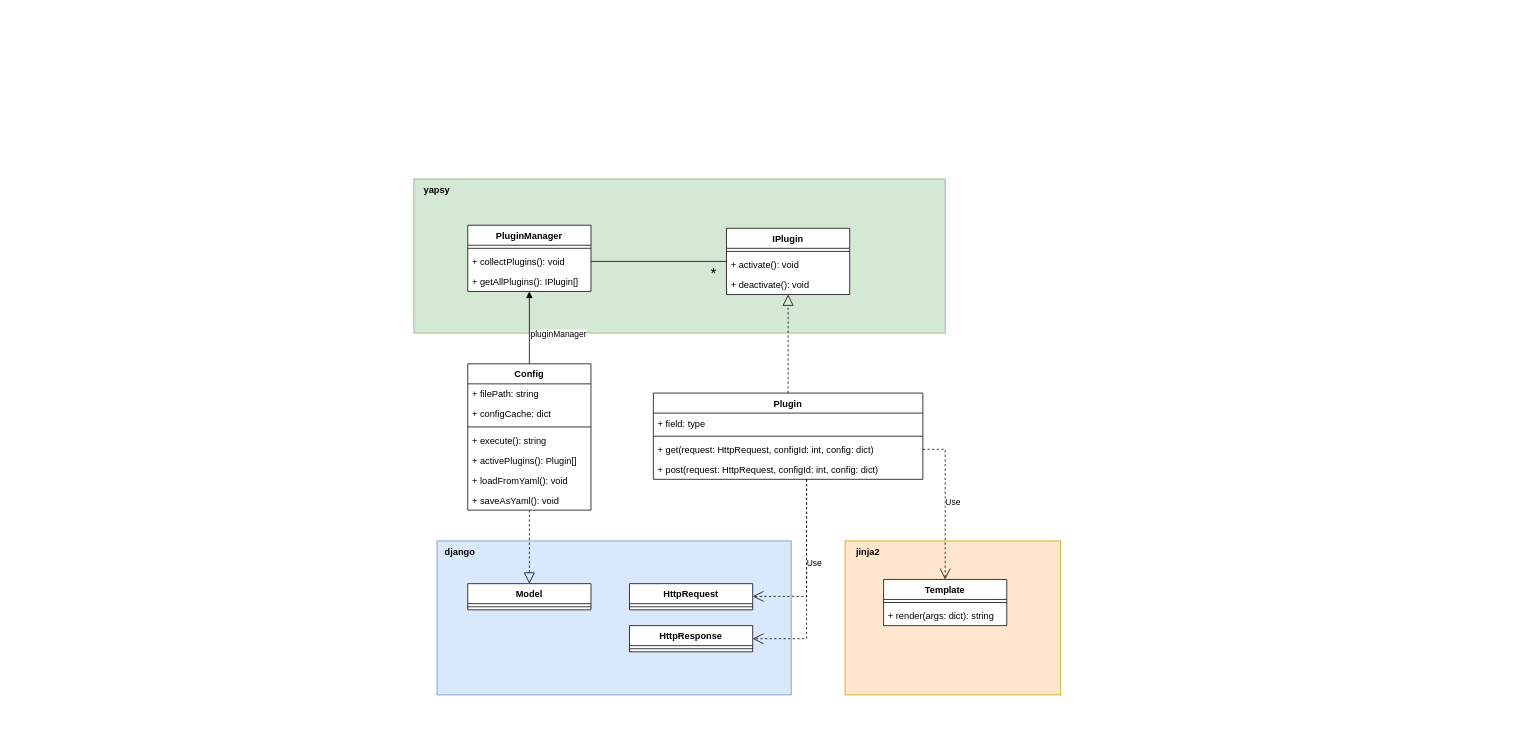
Earlier version of the draw.io diagram page "Core Class diagram" (2 of 2) of DrawIO/Untitled Diagram.drawio (wouterdebruijn/general). Source tidied: cells renumbered, new cells numbered last; positions are measured from the earlier drawing's top-left corner, leaving out a move shared by most shapes. Both pictures are drawn from the tidied source at 77%, with x=0, y=0 at pixel (413, 179).
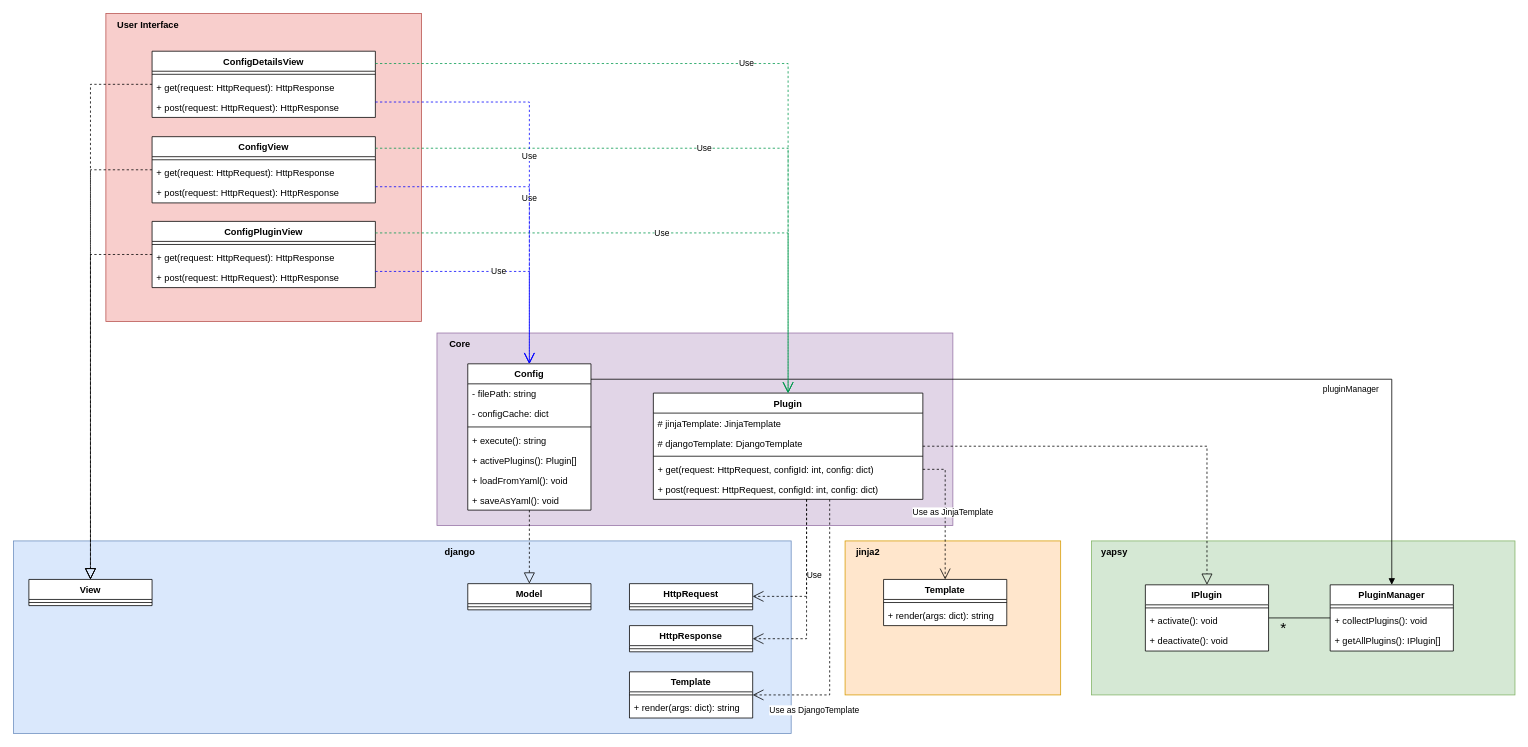
After the change.

Commit message (it also covers changes not shown here):
:sparkles: Added User Interfaces Views

Unchanged cells that the change refers to:
```xml
<mxCell id="9" value="Config" style="swimlane;fontStyle=1;align=center;verticalAlign=top;horizontal=1;startSize=26;swimlaneFillColor=default;" parent="1" vertex="1">
  <mxGeometry x="70" y="240" width="160" height="190" as="geometry" />
</mxCell>
<mxCell id="19" value="+ collectPlugins(): void" style="text;align=left;verticalAlign=top;spacingLeft=4;spacingRight=4;overflow=hidden;points=[[0,0.5],[1,0.5]];portConstraint=eastwest;" parent="17" vertex="1">
  <mxGeometry y="34" width="160" height="26" as="geometry" />
</mxCell>
<mxCell id="31" value="Template" style="swimlane;fontStyle=1;align=center;verticalAlign=top;horizontal=1;startSize=26;swimlaneFillColor=default;" parent="1" vertex="1">
  <mxGeometry x="610" y="520" width="160" height="60" as="geometry" />
</mxCell>
```

The edit, as a diff of the source:
```diff
@@
+    <mxCell id="46" style="rounded=0;whiteSpace=wrap;html=1;fillColor=#e1d5e7;strokeColor=#9673a6;" parent="1" vertex="1">
+      <mxGeometry x="30" y="200" width="670" height="250" as="geometry" />
+    </mxCell>
     <mxCell id="2" style="rounded=0;whiteSpace=wrap;html=1;fillColor=#d5e8d4;strokeColor=#82b366;" parent="1" vertex="1">
-      <mxGeometry width="690" height="200" as="geometry" />
+      <mxGeometry x="880" y="470" width="550" height="200" as="geometry" />
     </mxCell>
     <mxCell id="3" value="yapsy" style="text;html=1;strokeColor=none;fillColor=none;align=center;verticalAlign=middle;whiteSpace=wrap;rounded=0;fillStyle=auto;fontStyle=1;" parent="1" vertex="1">
-      <mxGeometry width="60" height="30" as="geometry" />
+      <mxGeometry x="880" y="470" width="60" height="30" as="geometry" />
     </mxCell>
     <mxCell id="4" value="Plugin" style="swimlane;fontStyle=1;align=center;verticalAlign=top;horizontal=1;startSize=26;swimlaneFillColor=default;" parent="1" vertex="1">
-      <mxGeometry x="311" y="278" width="350" height="112" as="geometry" />
+      <mxGeometry x="311" y="278" width="350" height="138" as="geometry" />
     </mxCell>
-    <mxCell id="5" value="+ field: type" style="text;strokeColor=none;fillColor=none;align=left;verticalAlign=top;spacingLeft=4;spacingRight=4;overflow=hidden;" parent="4" vertex="1">
+    <mxCell id="5" value="# jinjaTemplate: JinjaTemplate" style="text;strokeColor=none;fillColor=none;align=left;verticalAlign=top;spacingLeft=4;spacingRight=4;overflow=hidden;" parent="4" vertex="1">
       <mxGeometry y="26" width="350" height="26" as="geometry" />
     </mxCell>
+    <mxCell id="47" value="# djangoTemplate: DjangoTemplate" style="text;strokeColor=none;fillColor=none;align=left;verticalAlign=top;spacingLeft=4;spacingRight=4;overflow=hidden;" parent="4" vertex="1">
+      <mxGeometry y="52" width="350" height="26" as="geometry" />
+    </mxCell>
     <mxCell id="6" style="line;strokeWidth=1;fillColor=none;align=left;verticalAlign=middle;spacingTop=-1;spacingLeft=3;spacingRight=3;labelPosition=right;strokeColor=inherit;" parent="4" vertex="1">
-      <mxGeometry y="52" width="350" height="8" as="geometry" />
+      <mxGeometry y="78" width="350" height="8" as="geometry" />
     </mxCell>
     <mxCell id="7" value="+ get(request: HttpRequest, configId: int, config: dict)" style="text;strokeColor=none;fillColor=none;align=left;verticalAlign=top;spacingLeft=4;spacingRight=4;overflow=hidden;points=[[0,0.5],[1,0.5]];portConstraint=eastwest;" parent="4" vertex="1">
-      <mxGeometry y="60" width="350" height="26" as="geometry" />
+      <mxGeometry y="86" width="350" height="26" as="geometry" />
     </mxCell>
     <mxCell id="8" value="+ post(request: HttpRequest, configId: int, config: dict)" style="text;strokeColor=none;fillColor=none;align=left;verticalAlign=top;spacingLeft=4;spacingRight=4;overflow=hidden;" parent="4" vertex="1">
-      <mxGeometry y="86" width="350" height="26" as="geometry" />
+      <mxGeometry y="112" width="350" height="26" as="geometry" />
     </mxCell>
@@
-    <mxCell id="10" value="+ filePath: string" style="text;strokeColor=none;fillColor=none;align=left;verticalAlign=top;spacingLeft=4;spacingRight=4;overflow=hidden;" parent="9" vertex="1">
+    <mxCell id="10" value="- filePath: string" style="text;strokeColor=none;fillColor=none;align=left;verticalAlign=top;spacingLeft=4;spacingRight=4;overflow=hidden;" parent="9" vertex="1">
       <mxGeometry y="26" width="160" height="26" as="geometry" />
     </mxCell>
-    <mxCell id="11" value="+ configCache: dict" style="text;strokeColor=none;fillColor=none;align=left;verticalAlign=top;spacingLeft=4;spacingRight=4;overflow=hidden;" parent="9" vertex="1">
+    <mxCell id="11" value="- configCache: dict" style="text;strokeColor=none;fillColor=none;align=left;verticalAlign=top;spacingLeft=4;spacingRight=4;overflow=hidden;" parent="9" vertex="1">
       <mxGeometry y="52" width="160" height="26" as="geometry" />
     </mxCell>
@@
     <mxCell id="17" value="PluginManager" style="swimlane;fontStyle=1;align=center;verticalAlign=top;horizontal=1;startSize=26;fillColor=default;fillStyle=auto;gradientColor=none;swimlaneFillColor=default;" parent="1" vertex="1">
-      <mxGeometry x="70" y="60" width="160" height="86" as="geometry" />
+      <mxGeometry x="1190" y="527" width="160" height="86" as="geometry" />
     </mxCell>
@@
-    <mxCell id="21" style="endArrow=block;dashed=1;endFill=0;endSize=12;html=1;rounded=0;" parent="1" edge="1" source="4" target="25">
+    <mxCell id="21" style="endArrow=block;dashed=1;endFill=0;endSize=12;html=1;rounded=0;edgeStyle=orthogonalEdgeStyle;" parent="1" edge="1" source="4" target="25">
       <mxGeometry relative="1" as="geometry" />
     </mxCell>
     <mxCell id="22" value="pluginManager" style="endArrow=block;endFill=1;html=1;edgeStyle=orthogonalEdgeStyle;align=left;verticalAlign=top;rounded=0;" parent="1" edge="1" source="9" target="17">
-      <mxGeometry x="0.08" relative="1" as="geometry" />
+      <mxGeometry x="0.45" relative="1" as="geometry">
+        <Array as="points">
+          <mxPoint x="1270" y="260" />
+        </Array>
+        <mxPoint x="1" as="offset" />
+      </mxGeometry>
     </mxCell>
-    <mxCell id="23" style="edgeStyle=orthogonalEdgeStyle;rounded=0;jettySize=auto;html=1;exitX=1;exitY=0.5;exitDx=0;exitDy=0;strokeColor=default;endArrow=none;endFill=0;" parent="1" edge="1" source="19" target="25">
+    <mxCell id="23" style="edgeStyle=orthogonalEdgeStyle;rounded=0;jettySize=auto;html=1;strokeColor=default;endArrow=none;endFill=0;" parent="1" edge="1" source="17" target="25">
       <mxGeometry relative="1" as="geometry" />
     </mxCell>
@@
     <mxCell id="25" value="IPlugin" style="swimlane;fontStyle=1;align=center;verticalAlign=top;horizontal=1;startSize=26;swimlaneFillColor=default;" parent="1" vertex="1">
-      <mxGeometry x="406" y="64" width="160" height="86" as="geometry" />
+      <mxGeometry x="950" y="527" width="160" height="86" as="geometry" />
     </mxCell>
@@
     <mxCell id="34" style="rounded=0;whiteSpace=wrap;html=1;fillColor=#dae8fc;strokeColor=#6c8ebf;" parent="1" vertex="1">
-      <mxGeometry x="30" y="470" width="460" height="200" as="geometry" />
+      <mxGeometry x="-520" y="470" width="1010" height="250" as="geometry" />
     </mxCell>
@@
-    <mxCell id="38" value="Use" style="endArrow=open;endSize=12;dashed=1;html=1;rounded=0;strokeColor=default;exitX=1;exitY=0.5;exitDx=0;exitDy=0;edgeStyle=orthogonalEdgeStyle;" parent="1" edge="1" source="7" target="31">
+    <mxCell id="38" value="Use as JinjaTemplate" style="endArrow=open;endSize=12;dashed=1;html=1;rounded=0;strokeColor=default;exitX=1;exitY=0.5;exitDx=0;exitDy=0;edgeStyle=orthogonalEdgeStyle;" parent="1" edge="1" source="7" target="31">
       <mxGeometry x="-0.01" y="10" relative="1" as="geometry" />
     </mxCell>
@@
+    <mxCell id="48" value="Template" style="swimlane;fontStyle=1;align=center;verticalAlign=top;horizontal=1;startSize=26;swimlaneFillColor=default;" parent="1" vertex="1">
+      <mxGeometry x="280" y="640" width="160" height="60" as="geometry" />
+    </mxCell>
+    <mxCell id="49" style="line;strokeWidth=1;fillColor=none;align=left;verticalAlign=middle;spacingTop=-1;spacingLeft=3;spacingRight=3;labelPosition=right;strokeColor=inherit;" parent="48" vertex="1">
+      <mxGeometry y="26" width="160" height="8" as="geometry" />
+    </mxCell>
+    <mxCell id="50" value="+ render(args: dict): string" style="text;strokeColor=none;fillColor=none;align=left;verticalAlign=top;spacingLeft=4;spacingRight=4;overflow=hidden;" parent="48" vertex="1">
+      <mxGeometry y="34" width="160" height="26" as="geometry" />
+    </mxCell>
+    <mxCell id="51" value="Use as DjangoTemplate" style="endArrow=open;endSize=12;dashed=1;html=1;rounded=0;strokeColor=default;edgeStyle=orthogonalEdgeStyle;" parent="1" edge="1" source="4" target="48">
+      <mxGeometry x="0.55" y="20" relative="1" as="geometry">
+        <Array as="points">
+          <mxPoint x="540" y="670" />
+        </Array>
+      </mxGeometry>
+    </mxCell>
+    <mxCell id="52" value="Core" style="text;html=1;strokeColor=none;fillColor=none;align=center;verticalAlign=middle;whiteSpace=wrap;rounded=0;fillStyle=auto;fontStyle=1;" parent="1" vertex="1">
+      <mxGeometry x="30" y="200" width="60" height="30" as="geometry" />
+    </mxCell>
+    <mxCell id="53" style="rounded=0;whiteSpace=wrap;html=1;fillColor=#f8cecc;strokeColor=#b85450;" parent="1" vertex="1">
+      <mxGeometry x="-400" y="-215" width="410" height="400" as="geometry" />
+    </mxCell>
+    <mxCell id="54" value="User Interface" style="text;html=1;strokeColor=none;fillColor=none;align=center;verticalAlign=middle;whiteSpace=wrap;rounded=0;fillStyle=auto;fontStyle=1;" parent="1" vertex="1">
+      <mxGeometry x="-400" y="-215" width="110" height="30" as="geometry" />
+    </mxCell>
+    <mxCell id="55" value="ConfigView" style="swimlane;fontStyle=1;align=center;verticalAlign=top;horizontal=1;startSize=26;swimlaneFillColor=default;" parent="1" vertex="1">
+      <mxGeometry x="-340" y="-55" width="290" height="86" as="geometry" />
+    </mxCell>
+    <mxCell id="56" style="line;strokeWidth=1;fillColor=none;align=left;verticalAlign=middle;spacingTop=-1;spacingLeft=3;spacingRight=3;labelPosition=right;strokeColor=inherit;" parent="55" vertex="1">
+      <mxGeometry y="26" width="290" height="8" as="geometry" />
+    </mxCell>
+    <mxCell id="57" value="+ get(request: HttpRequest): HttpResponse" style="text;strokeColor=none;fillColor=none;align=left;verticalAlign=top;spacingLeft=4;spacingRight=4;overflow=hidden;" parent="55" vertex="1">
+      <mxGeometry y="34" width="290" height="26" as="geometry" />
+    </mxCell>
+    <mxCell id="58" value="+ post(request: HttpRequest): HttpResponse" style="text;strokeColor=none;fillColor=none;align=left;verticalAlign=top;spacingLeft=4;spacingRight=4;overflow=hidden;" parent="55" vertex="1">
+      <mxGeometry y="60" width="290" height="26" as="geometry" />
+    </mxCell>
+    <mxCell id="59" value="ConfigDetailsView" style="swimlane;fontStyle=1;align=center;verticalAlign=top;horizontal=1;startSize=26;swimlaneFillColor=default;" parent="1" vertex="1">
+      <mxGeometry x="-340" y="-166" width="290" height="86" as="geometry" />
+    </mxCell>
+    <mxCell id="60" style="line;strokeWidth=1;fillColor=none;align=left;verticalAlign=middle;spacingTop=-1;spacingLeft=3;spacingRight=3;labelPosition=right;strokeColor=inherit;" parent="59" vertex="1">
+      <mxGeometry y="26" width="290" height="8" as="geometry" />
+    </mxCell>
+    <mxCell id="61" value="+ get(request: HttpRequest): HttpResponse" style="text;strokeColor=none;fillColor=none;align=left;verticalAlign=top;spacingLeft=4;spacingRight=4;overflow=hidden;" parent="59" vertex="1">
+      <mxGeometry y="34" width="290" height="26" as="geometry" />
+    </mxCell>
+    <mxCell id="62" value="+ post(request: HttpRequest): HttpResponse" style="text;strokeColor=none;fillColor=none;align=left;verticalAlign=top;spacingLeft=4;spacingRight=4;overflow=hidden;" parent="59" vertex="1">
+      <mxGeometry y="60" width="290" height="26" as="geometry" />
+    </mxCell>
+    <mxCell id="63" value="ConfigPluginView" style="swimlane;fontStyle=1;align=center;verticalAlign=top;horizontal=1;startSize=26;swimlaneFillColor=default;" parent="1" vertex="1">
+      <mxGeometry x="-340" y="55" width="290" height="86" as="geometry" />
+    </mxCell>
+    <mxCell id="64" style="line;strokeWidth=1;fillColor=none;align=left;verticalAlign=middle;spacingTop=-1;spacingLeft=3;spacingRight=3;labelPosition=right;strokeColor=inherit;" parent="63" vertex="1">
+      <mxGeometry y="26" width="290" height="8" as="geometry" />
+    </mxCell>
+    <mxCell id="65" value="+ get(request: HttpRequest): HttpResponse" style="text;strokeColor=none;fillColor=none;align=left;verticalAlign=top;spacingLeft=4;spacingRight=4;overflow=hidden;" parent="63" vertex="1">
+      <mxGeometry y="34" width="290" height="26" as="geometry" />
+    </mxCell>
+    <mxCell id="66" value="+ post(request: HttpRequest): HttpResponse" style="text;strokeColor=none;fillColor=none;align=left;verticalAlign=top;spacingLeft=4;spacingRight=4;overflow=hidden;" parent="63" vertex="1">
+      <mxGeometry y="60" width="290" height="26" as="geometry" />
+    </mxCell>
+    <mxCell id="67" value="View" style="swimlane;fontStyle=1;align=center;verticalAlign=top;horizontal=1;startSize=26;swimlaneFillColor=default;" parent="1" vertex="1">
+      <mxGeometry x="-500" y="520" width="160" height="34" as="geometry" />
+    </mxCell>
+    <mxCell id="68" style="line;strokeWidth=1;fillColor=none;align=left;verticalAlign=middle;spacingTop=-1;spacingLeft=3;spacingRight=3;labelPosition=right;strokeColor=inherit;" parent="67" vertex="1">
+      <mxGeometry y="26" width="160" height="8" as="geometry" />
+    </mxCell>
+    <mxCell id="69" value="Use" style="endArrow=open;endSize=12;dashed=1;html=1;rounded=0;edgeStyle=orthogonalEdgeStyle;strokeColor=#00994D;" parent="1" edge="1" source="59" target="4">
+      <mxGeometry relative="1" as="geometry">
+        <Array as="points">
+          <mxPoint x="486" y="-150" />
+        </Array>
+      </mxGeometry>
+    </mxCell>
+    <mxCell id="70" value="Use" style="endArrow=open;endSize=12;dashed=1;html=1;rounded=0;edgeStyle=orthogonalEdgeStyle;strokeColor=#00994D;" parent="1" edge="1" source="55" target="4">
+      <mxGeometry relative="1" as="geometry">
+        <Array as="points">
+          <mxPoint x="486" y="-40" />
+        </Array>
+      </mxGeometry>
+    </mxCell>
+    <mxCell id="71" value="Use" style="endArrow=open;endSize=12;dashed=1;html=1;rounded=0;edgeStyle=orthogonalEdgeStyle;strokeColor=#00994D;" parent="1" edge="1" source="63" target="4">
+      <mxGeometry relative="1" as="geometry">
+        <Array as="points">
+          <mxPoint x="486" y="70" />
+        </Array>
+      </mxGeometry>
+    </mxCell>
+    <mxCell id="72" value="Use" style="endArrow=open;endSize=12;dashed=1;html=1;rounded=0;edgeStyle=orthogonalEdgeStyle;strokeColor=#0000FF;" parent="1" edge="1" source="63" target="9">
+      <mxGeometry relative="1" as="geometry">
+        <Array as="points">
+          <mxPoint x="150" y="120" />
+        </Array>
+      </mxGeometry>
+    </mxCell>
+    <mxCell id="73" value="Use" style="endArrow=open;endSize=12;dashed=1;html=1;rounded=0;edgeStyle=orthogonalEdgeStyle;strokeColor=#0000FF;" parent="1" edge="1" source="55" target="9">
+      <mxGeometry relative="1" as="geometry">
+        <Array as="points">
+          <mxPoint x="150" y="10" />
+        </Array>
+      </mxGeometry>
+    </mxCell>
+    <mxCell id="74" value="Use" style="endArrow=open;endSize=12;dashed=1;html=1;rounded=0;edgeStyle=orthogonalEdgeStyle;strokeColor=#0000FF;" parent="1" edge="1" source="59" target="9">
+      <mxGeometry relative="1" as="geometry">
+        <Array as="points">
+          <mxPoint x="150" y="-100" />
+        </Array>
+      </mxGeometry>
+    </mxCell>
+    <mxCell id="75" style="endArrow=block;dashed=1;endFill=0;endSize=12;html=1;rounded=0;strokeColor=#000000;edgeStyle=orthogonalEdgeStyle;" parent="1" edge="1" source="63" target="67">
+      <mxGeometry relative="1" as="geometry">
+        <Array as="points">
+          <mxPoint x="-420" y="98" />
+        </Array>
+      </mxGeometry>
+    </mxCell>
+    <mxCell id="76" style="endArrow=block;dashed=1;endFill=0;endSize=12;html=1;rounded=0;strokeColor=#000000;edgeStyle=orthogonalEdgeStyle;" parent="1" edge="1" source="55" target="67">
+      <mxGeometry relative="1" as="geometry">
+        <Array as="points">
+          <mxPoint x="-420" y="-12" />
+        </Array>
+      </mxGeometry>
+    </mxCell>
+    <mxCell id="77" style="endArrow=block;dashed=1;endFill=0;endSize=12;html=1;rounded=0;strokeColor=#000000;edgeStyle=orthogonalEdgeStyle;" parent="1" edge="1" source="59" target="67">
+      <mxGeometry relative="1" as="geometry">
+        <Array as="points">
+          <mxPoint x="-420" y="-123" />
+        </Array>
+      </mxGeometry>
+    </mxCell>
```
